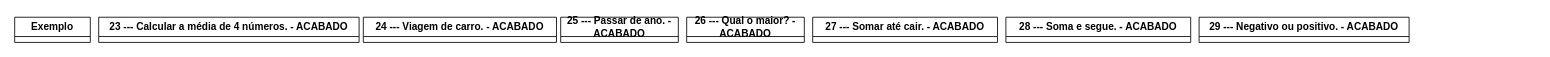
Earlier version of the draw.io diagram fluxograms.drawio (pedrooomrqs/fluxograms). Source tidied: cells renumbered, new cells numbered last; positions are measured from the earlier drawing's top-left corner, leaving out a move shared by most shapes. Both pictures are drawn from the tidied source at 84%, with x=0, y=0 at pixel (14, 17).
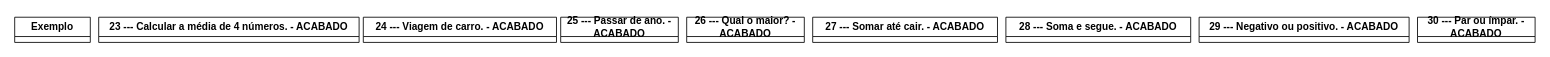
The same page after the edit.

Diff of the diagram source:
```diff
@@
 <mxGraphModel>
   <root>
     <mxCell id="0" />
     <mxCell id="1" parent="0" />
     <mxCell id="2" value="25 ---&amp;nbsp;&lt;span style=&quot;background-color: initial;&quot;&gt;Passar de ano. - ACABADO&lt;/span&gt;" style="swimlane;whiteSpace=wrap;html=1;" parent="1" vertex="1" collapsed="1">
       <mxGeometry x="650" width="140" height="30" as="geometry" />
     </mxCell>
     <mxCell id="3" value="26 --- Qual o maior? - ACABADO" style="swimlane;whiteSpace=wrap;html=1;" parent="1" vertex="1" collapsed="1">
       <mxGeometry x="800" width="140" height="30" as="geometry" />
     </mxCell>
     <mxCell id="4" value="Exemplo" style="swimlane;whiteSpace=wrap;html=1;" parent="1" vertex="1" collapsed="1">
       <mxGeometry width="90" height="30" as="geometry" />
     </mxCell>
     <mxCell id="5" value="23 --- Calcular a média de 4 números.&lt;span style=&quot;background-color: initial;&quot;&gt;&amp;nbsp;- ACABADO&lt;/span&gt;" style="swimlane;whiteSpace=wrap;html=1;startSize=23;" parent="1" vertex="1" collapsed="1">
       <mxGeometry x="100" width="310" height="30" as="geometry" />
     </mxCell>
     <mxCell id="6" value="24 --- Viagem de carro. - ACABADO" style="swimlane;whiteSpace=wrap;html=1;startSize=23;" parent="1" vertex="1" collapsed="1">
       <mxGeometry x="415" width="230" height="30" as="geometry" />
     </mxCell>
     <mxCell id="7" value="27 --- Somar até cair. - ACABADO" style="swimlane;whiteSpace=wrap;html=1;" parent="1" vertex="1" collapsed="1">
       <mxGeometry x="950" width="220" height="30" as="geometry" />
     </mxCell>
     <mxCell id="8" value="28 --- Soma e segue. - ACABADO" style="swimlane;whiteSpace=wrap;html=1;" parent="1" vertex="1" collapsed="1">
       <mxGeometry x="1180" width="220" height="30" as="geometry" />
     </mxCell>
     <mxCell id="9" value="29 --- Negativo ou positivo. - ACABADO" style="swimlane;whiteSpace=wrap;html=1;" parent="1" vertex="1" collapsed="1">
       <mxGeometry x="1410" width="250" height="30" as="geometry" />
     </mxCell>
+    <mxCell id="10" value="30 --- Par ou ímpar. - ACABADO" style="swimlane;whiteSpace=wrap;html=1;" parent="1" vertex="1" collapsed="1">
+      <mxGeometry x="1670" width="140" height="30" as="geometry" />
+    </mxCell>
   </root>
 </mxGraphModel>
```
